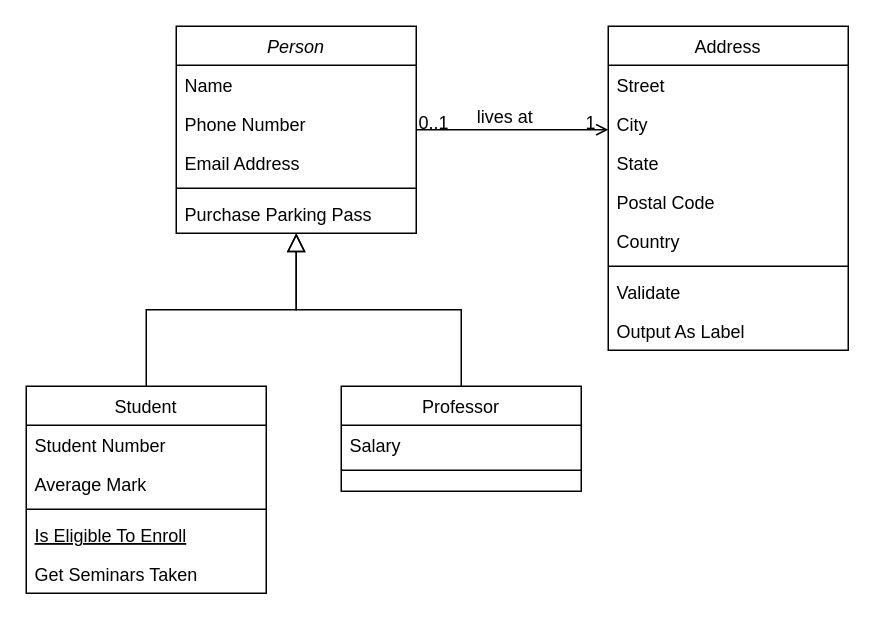
Above: Class_Diagram_and_Implementation/LoadBalancer/load_balancer.drawio in ashu7mishra/LLD (draw.io), before the change. Source tidied: cells renumbered, new cells numbered last; positions are measured from the earlier drawing's top-left corner, leaving out a move shared by most shapes. Both pictures are drawn from the tidied source at 150%, with x=0, y=0 at pixel (26, 26).
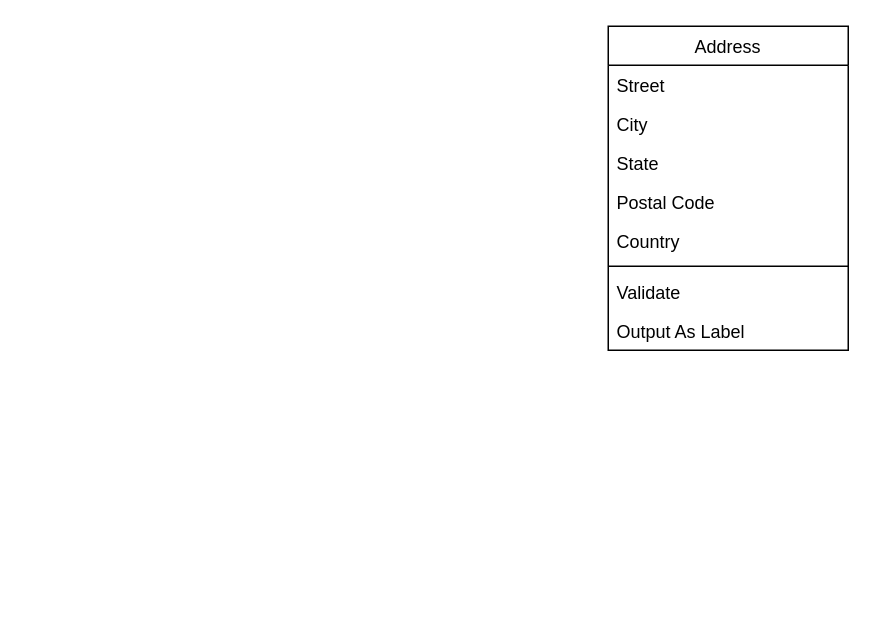
The same diagram, later.

Unchanged cells that the change refers to:
```xml
<mxCell id="19" value="Address" style="swimlane;fontStyle=0;align=center;verticalAlign=top;horizontal=1;startSize=26;rounded=0;shadow=0;strokeWidth=1;" parent="1" vertex="1">
  <mxGeometry x="388" width="160" height="216" as="geometry" />
</mxCell>
```

The edit, as a diff of the source:
```diff
@@
-    <mxCell id="2" value="Person" style="swimlane;fontStyle=2;align=center;verticalAlign=top;horizontal=1;startSize=26;rounded=0;shadow=0;strokeWidth=1;" parent="1" vertex="1">
-      <mxGeometry x="100" width="160" height="138" as="geometry" />
-    </mxCell>
-    <mxCell id="3" value="Name" style="text;align=left;verticalAlign=top;spacingLeft=4;spacingRight=4;overflow=hidden;" parent="2" vertex="1">
-      <mxGeometry y="26" width="160" height="26" as="geometry" />
-    </mxCell>
-    <mxCell id="4" value="Phone Number" style="text;align=left;verticalAlign=top;spacingLeft=4;spacingRight=4;overflow=hidden;rounded=0;shadow=0;html=0;" parent="2" vertex="1">
-      <mxGeometry y="52" width="160" height="26" as="geometry" />
-    </mxCell>
-    <mxCell id="5" value="Email Address" style="text;align=left;verticalAlign=top;spacingLeft=4;spacingRight=4;overflow=hidden;rounded=0;shadow=0;html=0;" parent="2" vertex="1">
-      <mxGeometry y="78" width="160" height="26" as="geometry" />
-    </mxCell>
-    <mxCell id="6" style="line;html=1;strokeWidth=1;align=left;verticalAlign=middle;spacingTop=-1;spacingLeft=3;spacingRight=3;labelPosition=right;" parent="2" vertex="1">
-      <mxGeometry y="104" width="160" height="8" as="geometry" />
-    </mxCell>
-    <mxCell id="7" value="Purchase Parking Pass" style="text;align=left;verticalAlign=top;spacingLeft=4;spacingRight=4;overflow=hidden;" parent="2" vertex="1">
-      <mxGeometry y="112" width="160" height="26" as="geometry" />
-    </mxCell>
-    <mxCell id="8" value="Student" style="swimlane;fontStyle=0;align=center;verticalAlign=top;horizontal=1;startSize=26;rounded=0;shadow=0;strokeWidth=1;" parent="1" vertex="1">
-      <mxGeometry y="240" width="160" height="138" as="geometry" />
-    </mxCell>
-    <mxCell id="9" value="Student Number" style="text;align=left;verticalAlign=top;spacingLeft=4;spacingRight=4;overflow=hidden;" parent="8" vertex="1">
-      <mxGeometry y="26" width="160" height="26" as="geometry" />
-    </mxCell>
-    <mxCell id="10" value="Average Mark" style="text;align=left;verticalAlign=top;spacingLeft=4;spacingRight=4;overflow=hidden;rounded=0;shadow=0;html=0;" parent="8" vertex="1">
-      <mxGeometry y="52" width="160" height="26" as="geometry" />
-    </mxCell>
-    <mxCell id="11" style="line;html=1;strokeWidth=1;align=left;verticalAlign=middle;spacingTop=-1;spacingLeft=3;spacingRight=3;labelPosition=right;" parent="8" vertex="1">
-      <mxGeometry y="78" width="160" height="8" as="geometry" />
-    </mxCell>
-    <mxCell id="12" value="Is Eligible To Enroll" style="text;align=left;verticalAlign=top;spacingLeft=4;spacingRight=4;overflow=hidden;fontStyle=4;" parent="8" vertex="1">
-      <mxGeometry y="86" width="160" height="26" as="geometry" />
-    </mxCell>
-    <mxCell id="13" value="Get Seminars Taken" style="text;align=left;verticalAlign=top;spacingLeft=4;spacingRight=4;overflow=hidden;" parent="8" vertex="1">
-      <mxGeometry y="112" width="160" height="26" as="geometry" />
-    </mxCell>
-    <mxCell id="14" style="endArrow=block;endSize=10;endFill=0;shadow=0;strokeWidth=1;rounded=0;curved=0;edgeStyle=elbowEdgeStyle;elbow=vertical;" parent="1" edge="1" source="8" target="2">
-      <mxGeometry relative="1" as="geometry" />
-    </mxCell>
-    <mxCell id="15" value="Professor" style="swimlane;fontStyle=0;align=center;verticalAlign=top;horizontal=1;startSize=26;rounded=0;shadow=0;strokeWidth=1;" parent="1" vertex="1">
-      <mxGeometry x="210" y="240" width="160" height="70" as="geometry" />
-    </mxCell>
-    <mxCell id="16" value="Salary" style="text;align=left;verticalAlign=top;spacingLeft=4;spacingRight=4;overflow=hidden;" parent="15" vertex="1">
-      <mxGeometry y="26" width="160" height="26" as="geometry" />
-    </mxCell>
-    <mxCell id="17" style="line;html=1;strokeWidth=1;align=left;verticalAlign=middle;spacingTop=-1;spacingLeft=3;spacingRight=3;labelPosition=right;" parent="15" vertex="1">
-      <mxGeometry y="52" width="160" height="8" as="geometry" />
-    </mxCell>
-    <mxCell id="18" style="endArrow=block;endSize=10;endFill=0;shadow=0;strokeWidth=1;rounded=0;curved=0;edgeStyle=elbowEdgeStyle;elbow=vertical;" parent="1" edge="1" source="15" target="2">
-      <mxGeometry relative="1" as="geometry" />
-    </mxCell>
@@
-    <mxCell id="28" style="endArrow=open;shadow=0;strokeWidth=1;rounded=0;curved=0;endFill=1;edgeStyle=elbowEdgeStyle;elbow=vertical;" parent="1" edge="1" source="2" target="19">
-      <mxGeometry x="0.5" y="41" relative="1" as="geometry">
-        <mxPoint x="-40" y="32" as="offset" />
-      </mxGeometry>
-    </mxCell>
-    <mxCell id="29" value="0..1" style="align=left;verticalAlign=bottom;labelBackgroundColor=none;fontSize=12;" parent="28" vertex="1">
-      <mxGeometry x="-1" relative="1" as="geometry">
-        <mxPoint y="4" as="offset" />
-      </mxGeometry>
-    </mxCell>
-    <mxCell id="30" value="1" style="align=right;verticalAlign=bottom;labelBackgroundColor=none;fontSize=12;" parent="28" vertex="1">
-      <mxGeometry x="1" relative="1" as="geometry">
-        <mxPoint x="-7" y="4" as="offset" />
-      </mxGeometry>
-    </mxCell>
-    <mxCell id="31" value="lives at" style="text;html=1;align=center;verticalAlign=middle;labelBackgroundColor=none;rounded=0;shadow=0;strokeWidth=1;fontSize=12;" parent="28" vertex="1">
-      <mxGeometry x="0.5" y="49" relative="1" as="geometry">
-        <mxPoint x="-38" y="40" as="offset" />
-      </mxGeometry>
-    </mxCell>
```
